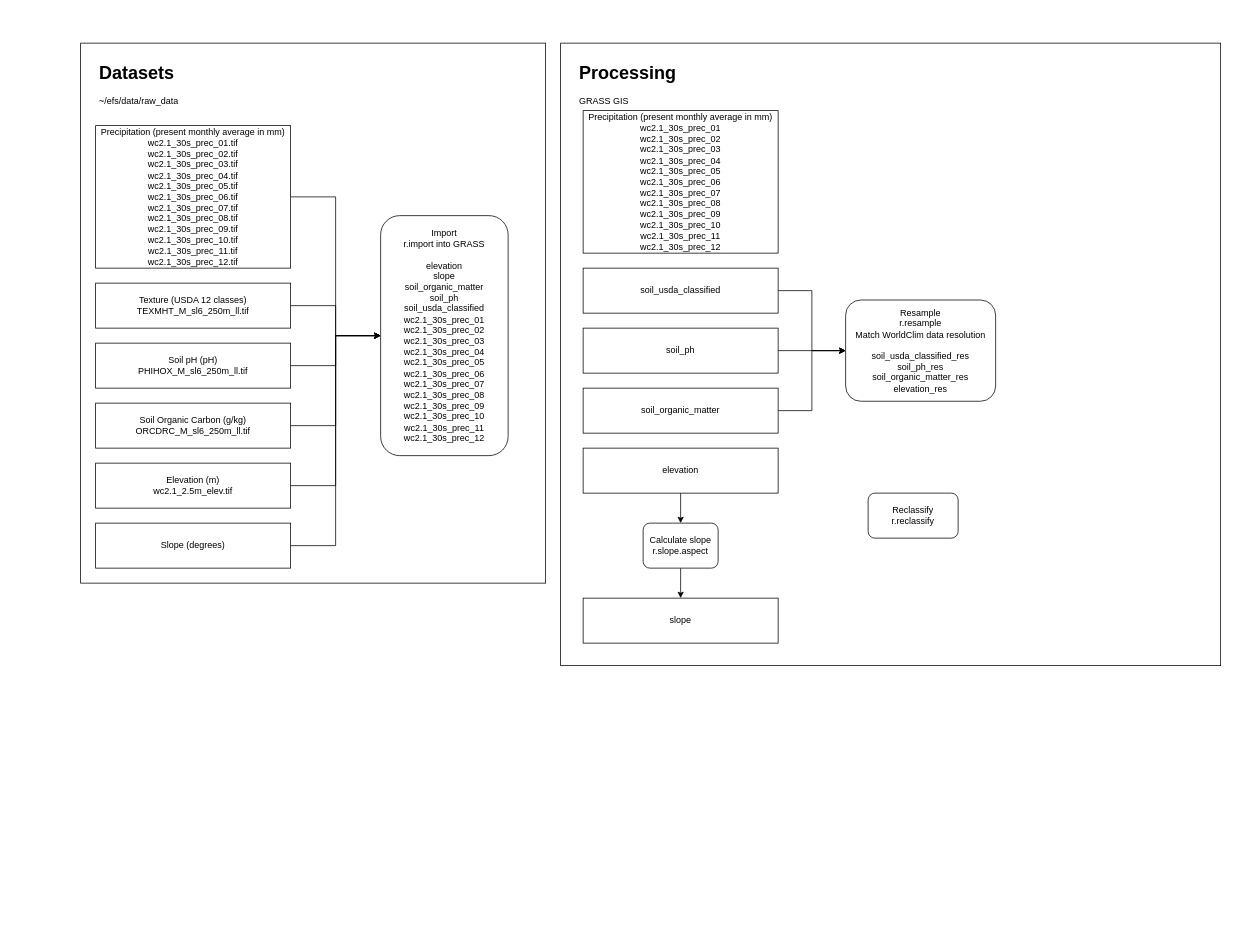
Above: ahp_present_methodology.drawio in UTMSustAg/methodology (draw.io), before the change. Source tidied: cells renumbered, new cells numbered last; positions are measured from the earlier drawing's top-left corner, leaving out a move shared by most shapes. Both pictures are drawn from the tidied source at 75%, with x=0, y=0 at pixel (80, 43).
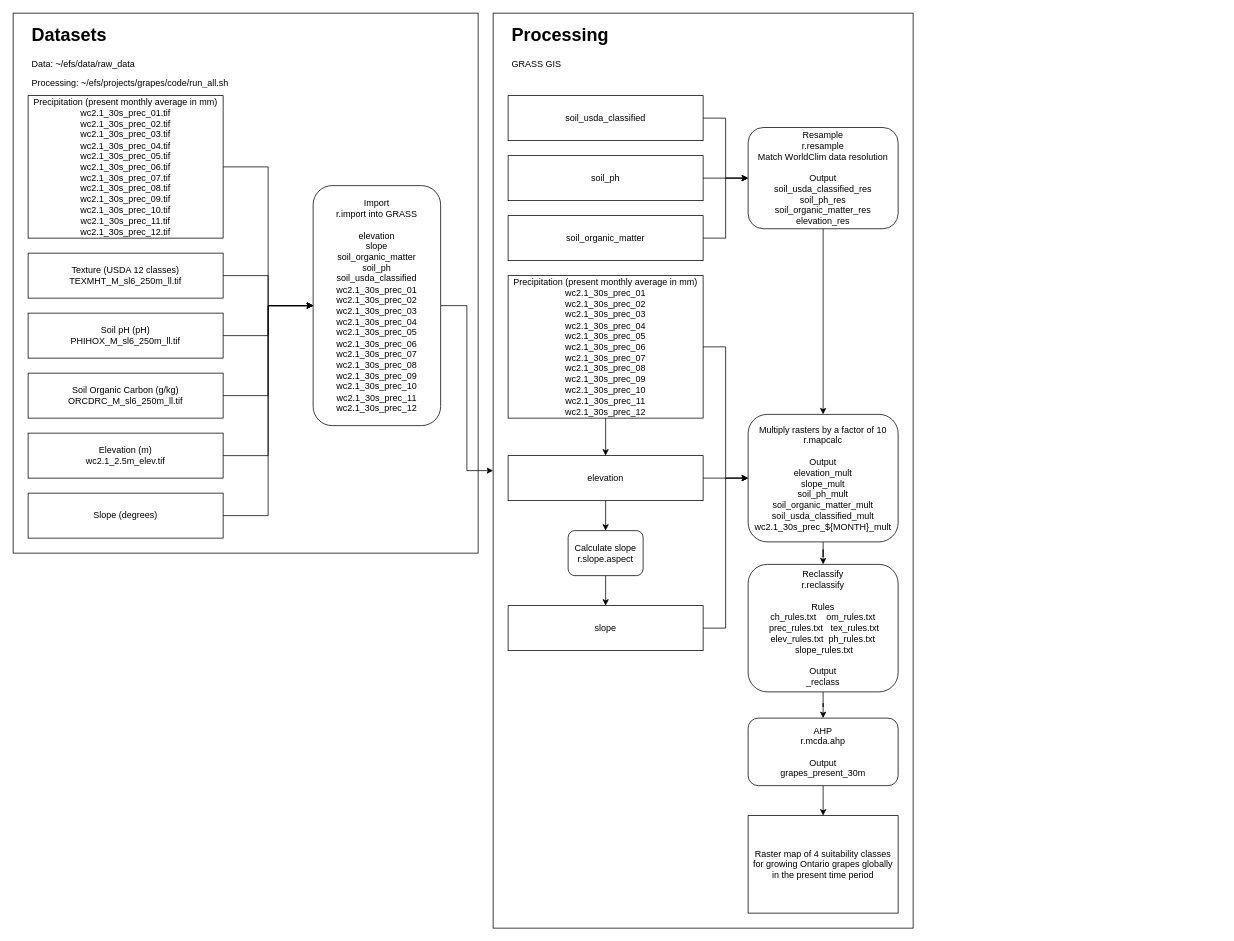
The same diagram, later.

Diff of the diagram source:
```diff
@@
     <mxCell id="2" style="rounded=0;whiteSpace=wrap;html=1;" parent="1" vertex="1">
-      <mxGeometry x="640" width="880" height="830" as="geometry" />
+      <mxGeometry x="550" y="-40" width="560" height="1220" as="geometry" />
     </mxCell>
     <mxCell id="3" style="rounded=0;whiteSpace=wrap;html=1;" parent="1" vertex="1">
-      <mxGeometry width="620" height="720" as="geometry" />
+      <mxGeometry x="-90" y="-40" width="620" height="720" as="geometry" />
     </mxCell>
@@
     <mxCell id="5" value="Precipitation (present monthly average in mm)&lt;br&gt;wc2.1_30s_prec_01.tif&lt;br&gt;wc2.1_30s_prec_02.tif&lt;br&gt;&lt;div&gt;wc2.1_30s_prec_03.tif&lt;/div&gt;&lt;div&gt;wc2.1_30s_prec_04.tif&lt;/div&gt;&lt;div&gt;wc2.1_30s_prec_05.tif&lt;/div&gt;&lt;div&gt;wc2.1_30s_prec_06.tif&lt;/div&gt;&lt;div&gt;wc2.1_30s_prec_07.tif&lt;/div&gt;&lt;div&gt;wc2.1_30s_prec_08.tif&lt;/div&gt;&lt;div&gt;wc2.1_30s_prec_09.tif&lt;/div&gt;&lt;div&gt;wc2.1_30s_prec_10.tif&lt;/div&gt;&lt;div&gt;wc2.1_30s_prec_11.tif&lt;/div&gt;&lt;div&gt;wc2.1_30s_prec_12.tif&lt;/div&gt;" style="rounded=0;whiteSpace=wrap;html=1;" parent="1" vertex="1">
-      <mxGeometry x="20" y="110" width="260" height="190" as="geometry" />
+      <mxGeometry x="-70" y="70" width="260" height="190" as="geometry" />
     </mxCell>
@@
     <mxCell id="7" value="Elevation (m)&lt;br&gt;wc2.1_2.5m_elev.tif" style="rounded=0;whiteSpace=wrap;html=1;" parent="1" vertex="1">
-      <mxGeometry x="20" y="560" width="260" height="60" as="geometry" />
+      <mxGeometry x="-70" y="520" width="260" height="60" as="geometry" />
     </mxCell>
-    <mxCell id="8" value="&lt;h1&gt;Datasets&lt;/h1&gt;&lt;p&gt;~/efs/data/raw_data&lt;/p&gt;" style="text;html=1;strokeColor=none;fillColor=none;spacing=5;spacingTop=-20;whiteSpace=wrap;overflow=hidden;rounded=0;" parent="1" vertex="1">
-      <mxGeometry x="20" y="20" width="190" height="70" as="geometry" />
+    <mxCell id="8" value="&lt;h1&gt;Datasets&lt;/h1&gt;&lt;p&gt;Data: ~/efs/data/raw_data&lt;/p&gt;&lt;p&gt;Processing: ~/efs/projects/grapes/code/run_all.sh&lt;/p&gt;" style="text;html=1;strokeColor=none;fillColor=none;spacing=5;spacingTop=-20;whiteSpace=wrap;overflow=hidden;rounded=0;" parent="1" vertex="1">
+      <mxGeometry x="-70" y="-30" width="310" height="90" as="geometry" />
     </mxCell>
@@
     <mxCell id="10" value="Texture (USDA 12 classes)&lt;br&gt;TEXMHT_M_sl6_250m_ll.tif" style="rounded=0;whiteSpace=wrap;html=1;" parent="1" vertex="1">
-      <mxGeometry x="20" y="320" width="260" height="60" as="geometry" />
+      <mxGeometry x="-70" y="280" width="260" height="60" as="geometry" />
     </mxCell>
@@
     <mxCell id="12" value="Soil pH (pH)&lt;br&gt;PHIHOX_M_sl6_250m_ll.tif" style="rounded=0;whiteSpace=wrap;html=1;fontColor=#000000;" parent="1" vertex="1">
-      <mxGeometry x="20" y="400" width="260" height="60" as="geometry" />
+      <mxGeometry x="-70" y="360" width="260" height="60" as="geometry" />
     </mxCell>
@@
     <mxCell id="14" value="Soil Organic Carbon (g/kg)&lt;br&gt;ORCDRC_M_sl6_250m_ll.tif" style="rounded=0;whiteSpace=wrap;html=1;fontColor=#000000;" parent="1" vertex="1">
-      <mxGeometry x="20" y="480" width="260" height="60" as="geometry" />
+      <mxGeometry x="-70" y="440" width="260" height="60" as="geometry" />
     </mxCell>
@@
     <mxCell id="16" value="Slope (degrees)" style="rounded=0;whiteSpace=wrap;html=1;" parent="1" vertex="1">
-      <mxGeometry x="20" y="640" width="260" height="60" as="geometry" />
+      <mxGeometry x="-70" y="600" width="260" height="60" as="geometry" />
     </mxCell>
@@
     <mxCell id="18" value="Calculate slope&lt;br&gt;r.slope.aspect" style="rounded=1;whiteSpace=wrap;html=1;fontColor=#000000;" parent="1" vertex="1">
-      <mxGeometry x="750" y="640" width="100" height="60" as="geometry" />
+      <mxGeometry x="650" y="650" width="100" height="60" as="geometry" />
     </mxCell>
     <mxCell id="19" value="&lt;h1&gt;Processing&lt;/h1&gt;&lt;p&gt;GRASS GIS&lt;/p&gt;" style="text;html=1;strokeColor=none;fillColor=none;spacing=5;spacingTop=-20;whiteSpace=wrap;overflow=hidden;rounded=0;" parent="1" vertex="1">
-      <mxGeometry x="660" y="20" width="190" height="70" as="geometry" />
+      <mxGeometry x="570" y="-30" width="190" height="70" as="geometry" />
     </mxCell>
+    <mxCell id="33" style="edgeStyle=orthogonalEdgeStyle;rounded=0;jettySize=auto;html=1;" parent="1" edge="1" source="20" target="41">
+      <mxGeometry relative="1" as="geometry" />
+    </mxCell>
-    <mxCell id="20" value="Resample&lt;br&gt;r.resample&lt;br&gt;Match WorldClim data resolution&lt;br&gt;&lt;br&gt;soil_usda_classified_res&lt;br&gt;soil_ph_res&lt;br&gt;soil_organic_matter_res&lt;br&gt;elevation_res" style="rounded=1;whiteSpace=wrap;html=1;fontColor=#000000;" parent="1" vertex="1">
-      <mxGeometry x="1020" y="342.5" width="200" height="135" as="geometry" />
+    <mxCell id="20" value="Resample&lt;br&gt;r.resample&lt;br&gt;Match WorldClim data resolution&lt;br&gt;&lt;br&gt;Output&lt;br&gt;soil_usda_classified_res&lt;br&gt;soil_ph_res&lt;br&gt;soil_organic_matter_res&lt;br&gt;elevation_res" style="rounded=1;whiteSpace=wrap;html=1;fontColor=#000000;" parent="1" vertex="1">
+      <mxGeometry x="890" y="112.5" width="200" height="135" as="geometry" />
     </mxCell>
+    <mxCell id="34" style="edgeStyle=orthogonalEdgeStyle;rounded=0;jettySize=auto;html=1;entryX=0;entryY=0.5;entryDx=0;entryDy=0;" parent="1" edge="1" source="21" target="2">
+      <mxGeometry relative="1" as="geometry" />
+    </mxCell>
     <mxCell id="21" value="&lt;span&gt;Import&lt;/span&gt;&lt;br&gt;&lt;span&gt;r.import into GRASS&lt;/span&gt;&lt;br&gt;&lt;br&gt;&lt;div&gt;elevation&lt;/div&gt;&lt;div&gt;slope&lt;/div&gt;&lt;div&gt;soil_organic_matter&lt;/div&gt;&lt;div&gt;soil_ph&lt;/div&gt;&lt;div&gt;soil_usda_classified&lt;/div&gt;&lt;div&gt;wc2.1_30s_prec_01&lt;/div&gt;&lt;div&gt;wc2.1_30s_prec_02&lt;/div&gt;&lt;div&gt;wc2.1_30s_prec_03&lt;/div&gt;&lt;div&gt;wc2.1_30s_prec_04&lt;/div&gt;&lt;div&gt;wc2.1_30s_prec_05&lt;/div&gt;&lt;div&gt;wc2.1_30s_prec_06&lt;/div&gt;&lt;div&gt;wc2.1_30s_prec_07&lt;/div&gt;&lt;div&gt;wc2.1_30s_prec_08&lt;/div&gt;&lt;div&gt;wc2.1_30s_prec_09&lt;/div&gt;&lt;div&gt;wc2.1_30s_prec_10&lt;/div&gt;&lt;div&gt;wc2.1_30s_prec_11&lt;/div&gt;&lt;div&gt;wc2.1_30s_prec_12&lt;/div&gt;" style="rounded=1;whiteSpace=wrap;html=1;fontColor=#000000;" parent="1" vertex="1">
-      <mxGeometry x="400" y="230" width="170" height="320" as="geometry" />
+      <mxGeometry x="310" y="190" width="170" height="320" as="geometry" />
     </mxCell>
+    <mxCell id="35" style="edgeStyle=orthogonalEdgeStyle;rounded=0;jettySize=auto;html=1;" parent="1" edge="1" source="22" target="24">
+      <mxGeometry relative="1" as="geometry" />
+    </mxCell>
+    <mxCell id="36" style="edgeStyle=orthogonalEdgeStyle;rounded=0;jettySize=auto;html=1;entryX=0;entryY=0.5;entryDx=0;entryDy=0;" parent="1" edge="1" source="22" target="41">
+      <mxGeometry relative="1" as="geometry" />
+    </mxCell>
     <mxCell id="22" value="Precipitation (present monthly average in mm)&lt;br&gt;wc2.1_30s_prec_01&lt;br&gt;wc2.1_30s_prec_02&lt;br&gt;&lt;div&gt;wc2.1_30s_prec_03&lt;/div&gt;&lt;div&gt;wc2.1_30s_prec_04&lt;/div&gt;&lt;div&gt;wc2.1_30s_prec_05&lt;/div&gt;&lt;div&gt;wc2.1_30s_prec_06&lt;/div&gt;&lt;div&gt;wc2.1_30s_prec_07&lt;/div&gt;&lt;div&gt;wc2.1_30s_prec_08&lt;/div&gt;&lt;div&gt;wc2.1_30s_prec_09&lt;/div&gt;&lt;div&gt;wc2.1_30s_prec_10&lt;/div&gt;&lt;div&gt;wc2.1_30s_prec_11&lt;/div&gt;&lt;div&gt;wc2.1_30s_prec_12&lt;/div&gt;" style="rounded=0;whiteSpace=wrap;html=1;" parent="1" vertex="1">
-      <mxGeometry x="670" y="90" width="260" height="190" as="geometry" />
+      <mxGeometry x="570" y="310" width="260" height="190" as="geometry" />
     </mxCell>
@@
+    <mxCell id="37" style="edgeStyle=orthogonalEdgeStyle;rounded=0;jettySize=auto;html=1;entryX=0;entryY=0.5;entryDx=0;entryDy=0;" parent="1" edge="1" source="24" target="41">
+      <mxGeometry relative="1" as="geometry" />
+    </mxCell>
     <mxCell id="24" value="elevation" style="rounded=0;whiteSpace=wrap;html=1;" parent="1" vertex="1">
-      <mxGeometry x="670" y="540" width="260" height="60" as="geometry" />
+      <mxGeometry x="570" y="550" width="260" height="60" as="geometry" />
     </mxCell>
@@
     <mxCell id="26" value="soil_usda_classified" style="rounded=0;whiteSpace=wrap;html=1;" parent="1" vertex="1">
-      <mxGeometry x="670" y="300" width="260" height="60" as="geometry" />
+      <mxGeometry x="570" y="70" width="260" height="60" as="geometry" />
     </mxCell>
@@
     <mxCell id="28" value="soil_ph" style="rounded=0;whiteSpace=wrap;html=1;fontColor=#000000;" parent="1" vertex="1">
-      <mxGeometry x="670" y="380" width="260" height="60" as="geometry" />
+      <mxGeometry x="570" y="150" width="260" height="60" as="geometry" />
     </mxCell>
@@
     <mxCell id="30" value="soil_organic_matter" style="rounded=0;whiteSpace=wrap;html=1;fontColor=#000000;" parent="1" vertex="1">
-      <mxGeometry x="670" y="460" width="260" height="60" as="geometry" />
+      <mxGeometry x="570" y="230" width="260" height="60" as="geometry" />
     </mxCell>
+    <mxCell id="38" style="edgeStyle=orthogonalEdgeStyle;rounded=0;jettySize=auto;html=1;entryX=0;entryY=0.5;entryDx=0;entryDy=0;" parent="1" edge="1" source="31" target="41">
+      <mxGeometry relative="1" as="geometry" />
+    </mxCell>
     <mxCell id="31" value="slope" style="rounded=0;whiteSpace=wrap;html=1;" parent="1" vertex="1">
-      <mxGeometry x="670" y="740" width="260" height="60" as="geometry" />
+      <mxGeometry x="570" y="750" width="260" height="60" as="geometry" />
     </mxCell>
+    <mxCell id="39" style="edgeStyle=orthogonalEdgeStyle;rounded=0;jettySize=auto;html=1;" parent="1" edge="1" source="32" target="43">
+      <mxGeometry relative="1" as="geometry" />
+    </mxCell>
-    <mxCell id="32" value="Reclassify&lt;br&gt;r.reclassify" style="rounded=1;whiteSpace=wrap;html=1;" parent="1" vertex="1">
-      <mxGeometry x="1050" y="600" width="120" height="60" as="geometry" />
+    <mxCell id="32" value="Reclassify&lt;br&gt;r.reclassify&lt;br&gt;&lt;br&gt;Rules&lt;br&gt;&lt;div&gt;ch_rules.txt &amp;nbsp; &amp;nbsp;om_rules.txt &amp;nbsp;prec_rules.txt &amp;nbsp; tex_rules.txt&lt;/div&gt;&lt;div&gt;elev_rules.txt &amp;nbsp;ph_rules.txt &amp;nbsp;slope_rules.txt&lt;/div&gt;&lt;br&gt;Output&lt;br&gt;_reclass" style="rounded=1;whiteSpace=wrap;html=1;" parent="1" vertex="1">
+      <mxGeometry x="890" y="695" width="200" height="170" as="geometry" />
     </mxCell>
+    <mxCell id="40" style="edgeStyle=orthogonalEdgeStyle;rounded=0;jettySize=auto;html=1;" parent="1" edge="1" source="41" target="32">
+      <mxGeometry relative="1" as="geometry" />
+    </mxCell>
+    <mxCell id="41" value="Multiply rasters by a factor of 10&lt;br&gt;r.mapcalc&lt;br&gt;&lt;br&gt;Output&lt;br&gt;elevation_mult&lt;br&gt;slope_mult&lt;br&gt;soil_ph_mult&lt;br&gt;soil_organic_matter_mult&lt;br&gt;soil_usda_classified_mult&lt;br&gt;wc2.1_30s_prec_${MONTH}_mult" style="rounded=1;whiteSpace=wrap;html=1;fontColor=#000000;" parent="1" vertex="1">
+      <mxGeometry x="890" y="495" width="200" height="170" as="geometry" />
+    </mxCell>
+    <mxCell id="42" style="edgeStyle=orthogonalEdgeStyle;rounded=0;jettySize=auto;html=1;" parent="1" edge="1" source="43" target="44">
+      <mxGeometry relative="1" as="geometry" />
+    </mxCell>
+    <mxCell id="43" value="AHP&lt;br&gt;r.mcda.ahp&lt;br&gt;&lt;br&gt;Output&lt;br&gt;grapes_present_30m" style="rounded=1;whiteSpace=wrap;html=1;" parent="1" vertex="1">
+      <mxGeometry x="890" y="900" width="200" height="90" as="geometry" />
+    </mxCell>
+    <mxCell id="44" value="Raster map of 4 suitability classes for growing Ontario grapes globally in the present time period" style="rounded=0;whiteSpace=wrap;html=1;" parent="1" vertex="1">
+      <mxGeometry x="890" y="1030" width="200" height="130" as="geometry" />
+    </mxCell>
```
